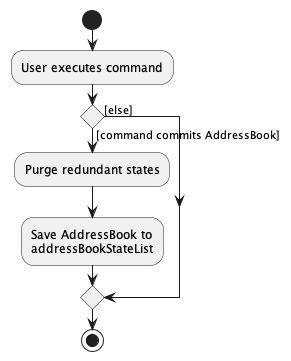
Before: docs/images/CommitActivityDiagram.png, a diagram exported from PlantUML (nus-cs2103-AY2223S2/tp). Its diagram source:
```plantuml
@startuml
start
:User executes command;


if () then ([command commits AddressBook])
    :Purge redundant states;
    :Save AddressBook to
    addressBookStateList;
else ([else])
endif
stop
@enduml
```
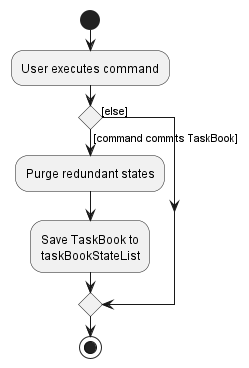
The same file after the commit.

The edit, as a diff of the source:
```diff
@@ -3,10 +3,10 @@
 :User executes command;
 
 
-if () then ([command commits AddressBook])
+if () then ([command commits TaskBook])
     :Purge redundant states;
-    :Save AddressBook to
-    addressBookStateList;
+    :Save TaskBook to
+    taskBookStateList;
 else ([else])
 endif
 stop
```
